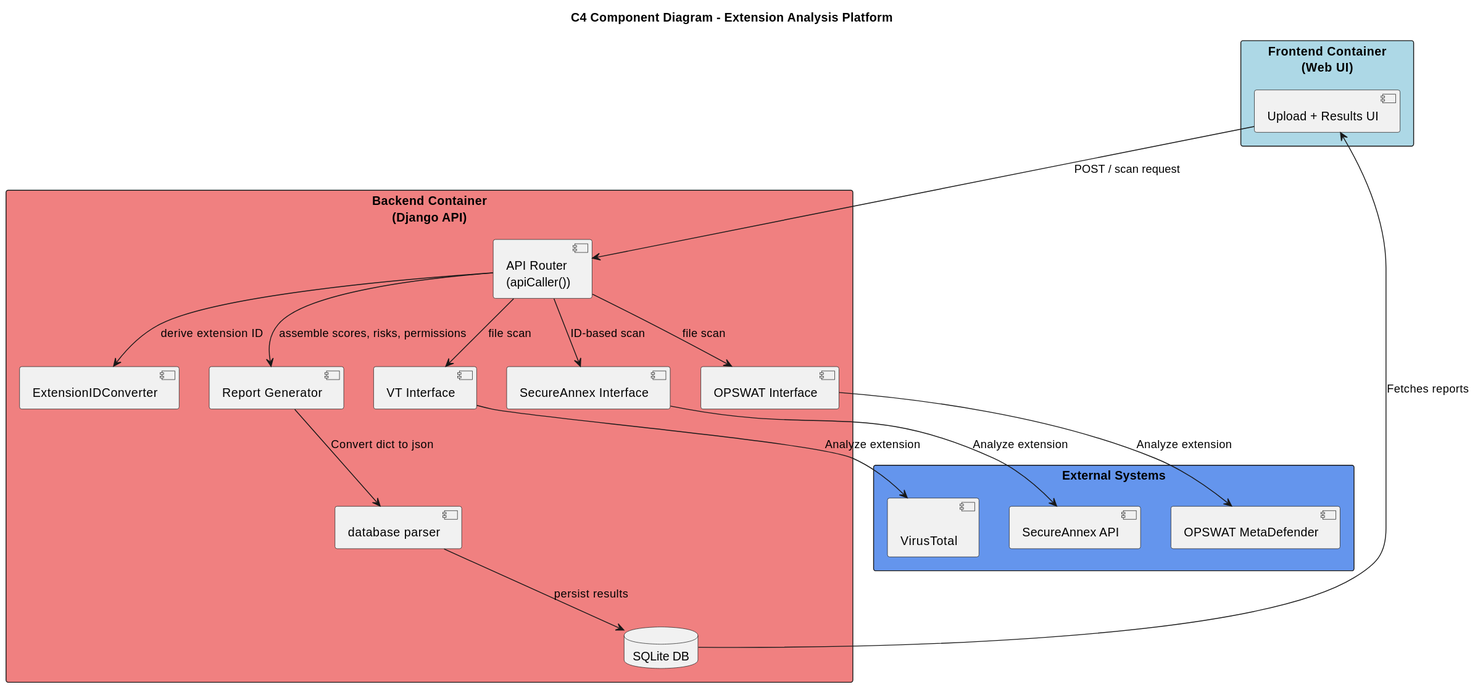
Before: docs/diagrams/architecture.svg, a diagram exported from PlantUML (kevanoovitch/DV1512-CETRA-Codebase). The source it was exported from:
```plantuml
@startuml
title C4 Component Diagram - Extension Analysis Platform

skinparam backgroundColor White
skinparam componentStyle uml2

rectangle "Frontend Container\n(Web UI)" as frontend #LightBlue {
  component "Upload + Results UI" as ui
}

rectangle "Backend Container\n(Django API)" as backend #LightCoral {
  component "API Router\n(apiCaller())" as api
  component "ExtensionIDConverter" as converter
  component "Report Generator" as report
  component "VT Interface" as vt
  component "SecureAnnex Interface" as sa
  component "OPSWAT Interface" as opswat
  component "database parser" as db_mod
  database "SQLite DB" as db
}

rectangle "External Systems" as externals #CornflowerBlue {
  component "\nVirusTotal" as vt_ext
  component "SecureAnnex API" as sa_ext
  component "OPSWAT MetaDefender" as ops_ext
}

ui --> api : POST / scan request

api --> converter : derive extension ID
api --> vt : file scan
api --> sa : ID-based scan
api --> opswat : file scan
api --> report : assemble scores, risks, permissions

vt --> vt_ext : Analyze extension
sa --> sa_ext : Analyze extension
opswat --> ops_ext : Analyze extension

report --> db_mod : Convert dict to json
db_mod --> db : persist results

ui <-- db : Fetches reports
@enduml
```
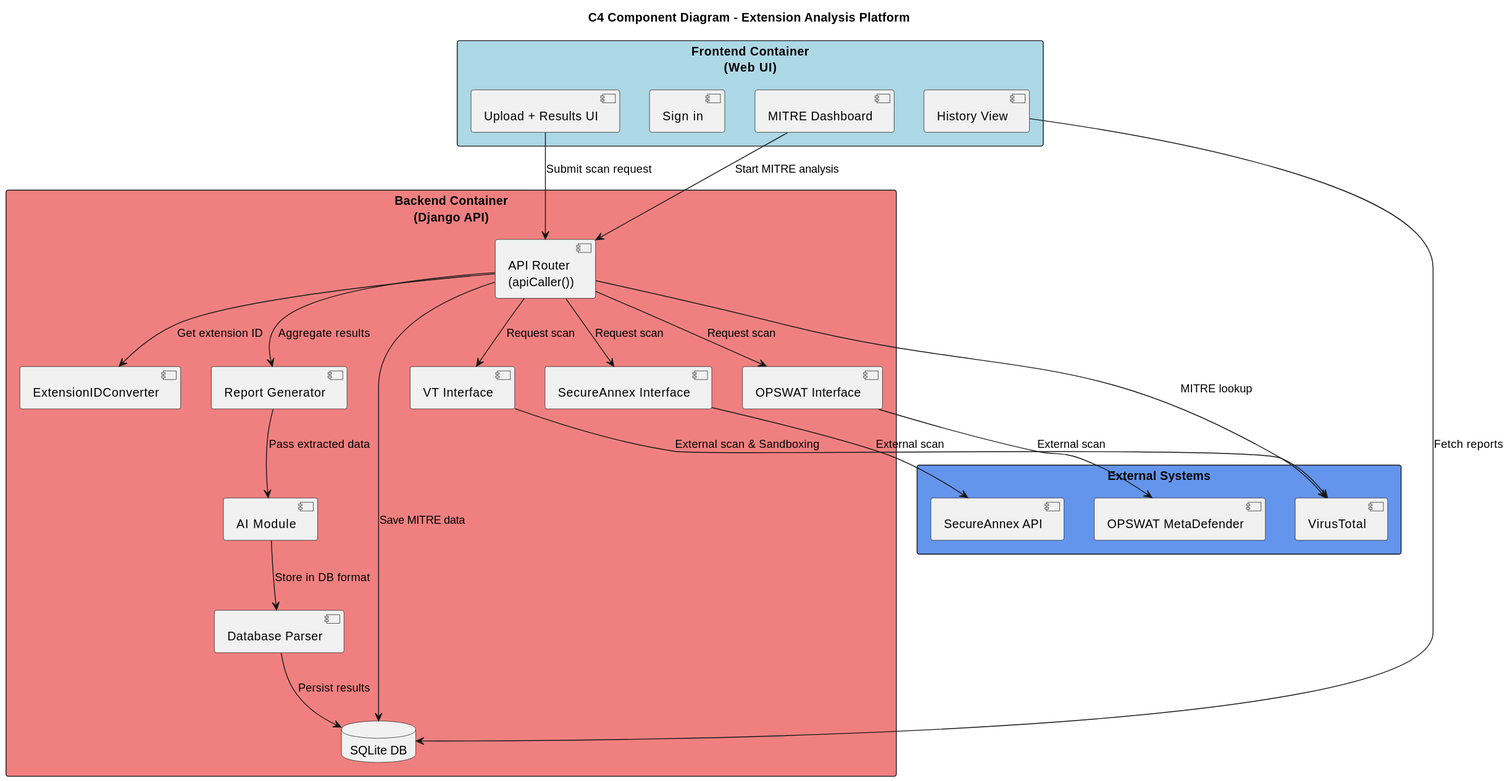
Later version of the same file.

Diff of the diagram source:
```diff
@@ -6,6 +6,9 @@
 
 rectangle "Frontend Container\n(Web UI)" as frontend #LightBlue {
   component "Upload + Results UI" as ui
+  component "Sign in" as sign
+  component "MITRE Dashboard" as mitre
+  component "History View" as history
 }
 
 rectangle "Backend Container\n(Django API)" as backend #LightCoral {
@@ -15,30 +18,35 @@
   component "VT Interface" as vt
   component "SecureAnnex Interface" as sa
   component "OPSWAT Interface" as opswat
-  component "database parser" as db_mod
+  component "Database Parser" as db_mod
+  component "AI Module" as ai
   database "SQLite DB" as db
 }
 
 rectangle "External Systems" as externals #CornflowerBlue {
-  component "\nVirusTotal" as vt_ext
+  component "VirusTotal" as vt_ext
   component "SecureAnnex API" as sa_ext
   component "OPSWAT MetaDefender" as ops_ext
 }
 
-ui --> api : POST / scan request
+ui --> api : Submit scan request
+history --> db : Fetch reports
+mitre --> api : Start MITRE analysis
 
-api --> converter : derive extension ID
-api --> vt : file scan
-api --> sa : ID-based scan
-api --> opswat : file scan
-api --> report : assemble scores, risks, permissions
+api --> converter : Get extension ID
+api --> vt : Request scan
+api --> sa : Request scan
+api --> opswat : Request scan
 
-vt --> vt_ext : Analyze extension
-sa --> sa_ext : Analyze extension
-opswat --> ops_ext : Analyze extension
+vt --> vt_ext : External scan & Sandboxing
+sa --> sa_ext : External scan
+opswat --> ops_ext : External scan
 
-report --> db_mod : Convert dict to json
-db_mod --> db : persist results
+api --> report : Aggregate results
+report --> ai : Pass extracted data
+ai --> db_mod : Store in DB format
+db_mod --> db : Persist results
 
-ui <-- db : Fetches reports
+api --> vt_ext : MITRE lookup
+api --> db : Save MITRE data
 @enduml
```
